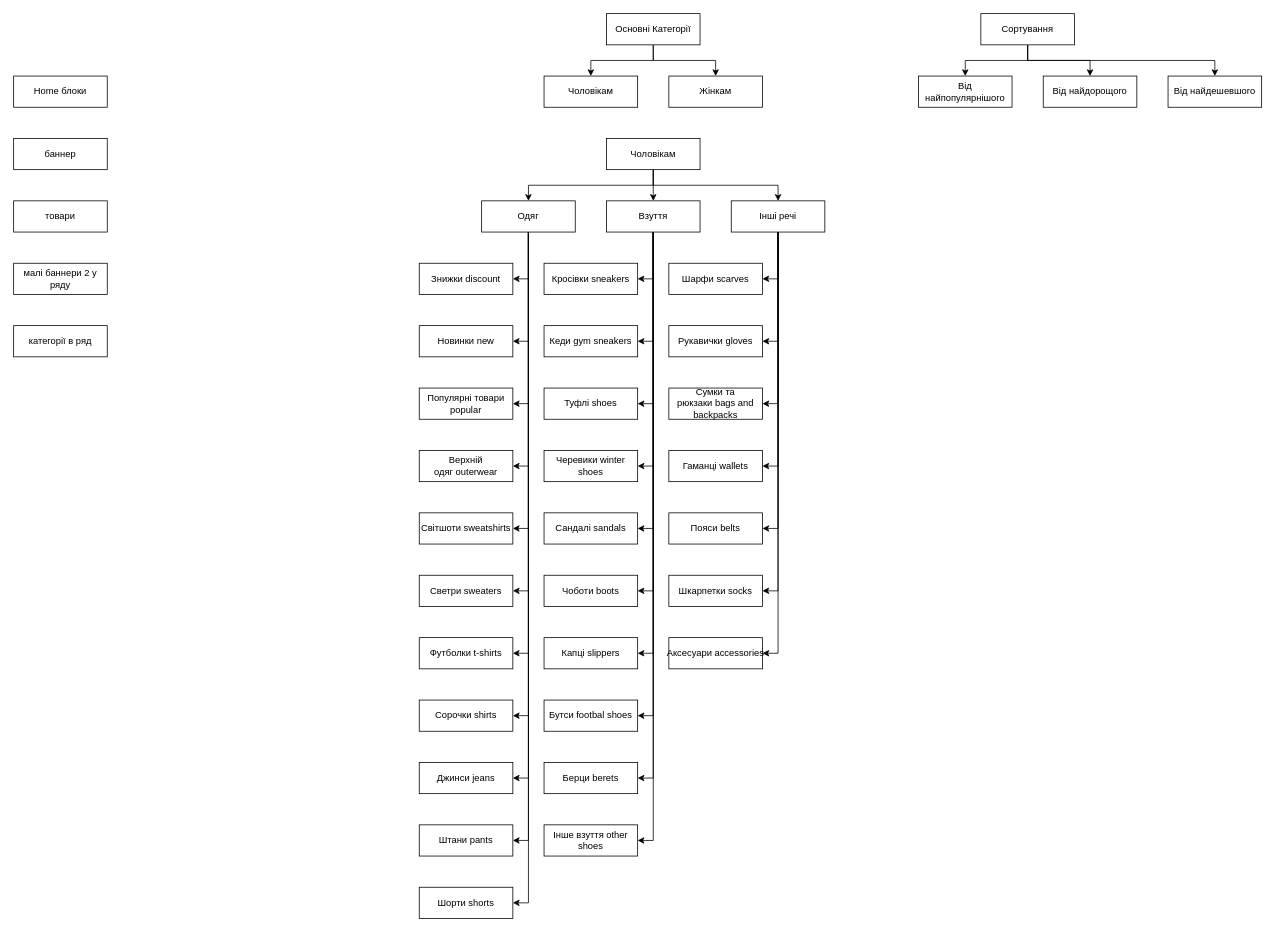
Above: shvab.drawio in GeorgeShvab/diagrams (draw.io), before the change. Source tidied: cells renumbered, new cells numbered last; positions are measured from the earlier drawing's top-left corner, leaving out a move shared by most shapes. Both pictures are drawn from the tidied source at 78%, with x=0, y=0 at pixel (13, 13).
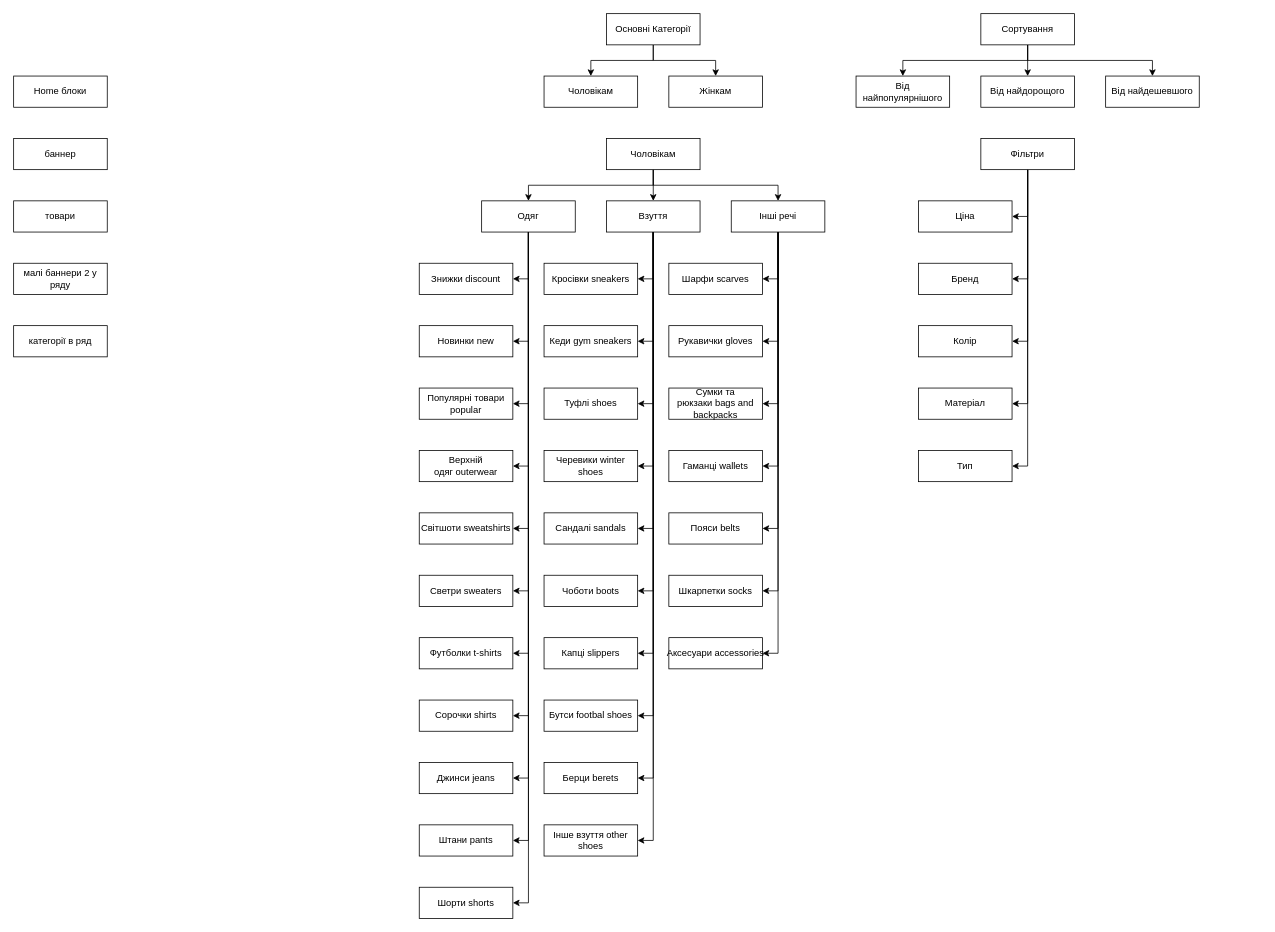
After the change.

Diff of the diagram source:
```diff
@@
     <mxCell id="79" value="Від найпопулярнішого" style="rounded=0;whiteSpace=wrap;html=1;" parent="1" vertex="1">
-      <mxGeometry x="1160" y="80" width="120" height="40" as="geometry" />
+      <mxGeometry x="1080" y="80" width="120" height="40" as="geometry" />
     </mxCell>
     <mxCell id="80" value="Від найдорощого" style="rounded=0;whiteSpace=wrap;html=1;" parent="1" vertex="1">
-      <mxGeometry x="1320" y="80" width="120" height="40" as="geometry" />
+      <mxGeometry x="1240" y="80" width="120" height="40" as="geometry" />
     </mxCell>
     <mxCell id="81" value="Від найдешевшого" style="rounded=0;whiteSpace=wrap;html=1;" parent="1" vertex="1">
-      <mxGeometry x="1480" y="80" width="120" height="40" as="geometry" />
+      <mxGeometry x="1400" y="80" width="120" height="40" as="geometry" />
     </mxCell>
+    <mxCell id="82" style="edgeStyle=orthogonalEdgeStyle;rounded=0;jettySize=auto;html=1;exitX=0.5;exitY=1;exitDx=0;exitDy=0;entryX=1;entryY=0.5;entryDx=0;entryDy=0;" parent="1" edge="1" source="87" target="88">
+      <mxGeometry relative="1" as="geometry" />
+    </mxCell>
+    <mxCell id="83" style="edgeStyle=orthogonalEdgeStyle;rounded=0;jettySize=auto;html=1;exitX=0.5;exitY=1;exitDx=0;exitDy=0;entryX=1;entryY=0.5;entryDx=0;entryDy=0;" parent="1" edge="1" source="87" target="89">
+      <mxGeometry relative="1" as="geometry" />
+    </mxCell>
+    <mxCell id="84" style="edgeStyle=orthogonalEdgeStyle;rounded=0;jettySize=auto;html=1;exitX=0.5;exitY=1;exitDx=0;exitDy=0;entryX=1;entryY=0.5;entryDx=0;entryDy=0;" parent="1" edge="1" source="87" target="90">
+      <mxGeometry relative="1" as="geometry" />
+    </mxCell>
+    <mxCell id="85" style="edgeStyle=orthogonalEdgeStyle;rounded=0;jettySize=auto;html=1;exitX=0.5;exitY=1;exitDx=0;exitDy=0;entryX=1;entryY=0.5;entryDx=0;entryDy=0;" parent="1" edge="1" source="87" target="91">
+      <mxGeometry relative="1" as="geometry" />
+    </mxCell>
+    <mxCell id="86" style="edgeStyle=orthogonalEdgeStyle;rounded=0;jettySize=auto;html=1;exitX=0.5;exitY=1;exitDx=0;exitDy=0;entryX=1;entryY=0.5;entryDx=0;entryDy=0;" parent="1" edge="1" source="87" target="92">
+      <mxGeometry relative="1" as="geometry" />
+    </mxCell>
+    <mxCell id="87" value="Фільтри" style="rounded=0;whiteSpace=wrap;html=1;" parent="1" vertex="1">
+      <mxGeometry x="1240" y="160" width="120" height="40" as="geometry" />
+    </mxCell>
+    <mxCell id="88" value="Ціна" style="rounded=0;whiteSpace=wrap;html=1;" parent="1" vertex="1">
+      <mxGeometry x="1160" y="240" width="120" height="40" as="geometry" />
+    </mxCell>
+    <mxCell id="89" value="Бренд" style="rounded=0;whiteSpace=wrap;html=1;" parent="1" vertex="1">
+      <mxGeometry x="1160" y="320" width="120" height="40" as="geometry" />
+    </mxCell>
+    <mxCell id="90" value="Колір" style="rounded=0;whiteSpace=wrap;html=1;" parent="1" vertex="1">
+      <mxGeometry x="1160" y="400" width="120" height="40" as="geometry" />
+    </mxCell>
+    <mxCell id="91" value="Матеріал" style="rounded=0;whiteSpace=wrap;html=1;" parent="1" vertex="1">
+      <mxGeometry x="1160" y="480" width="120" height="40" as="geometry" />
+    </mxCell>
+    <mxCell id="92" value="Тип" style="rounded=0;whiteSpace=wrap;html=1;" parent="1" vertex="1">
+      <mxGeometry x="1160" y="560" width="120" height="40" as="geometry" />
+    </mxCell>
```
